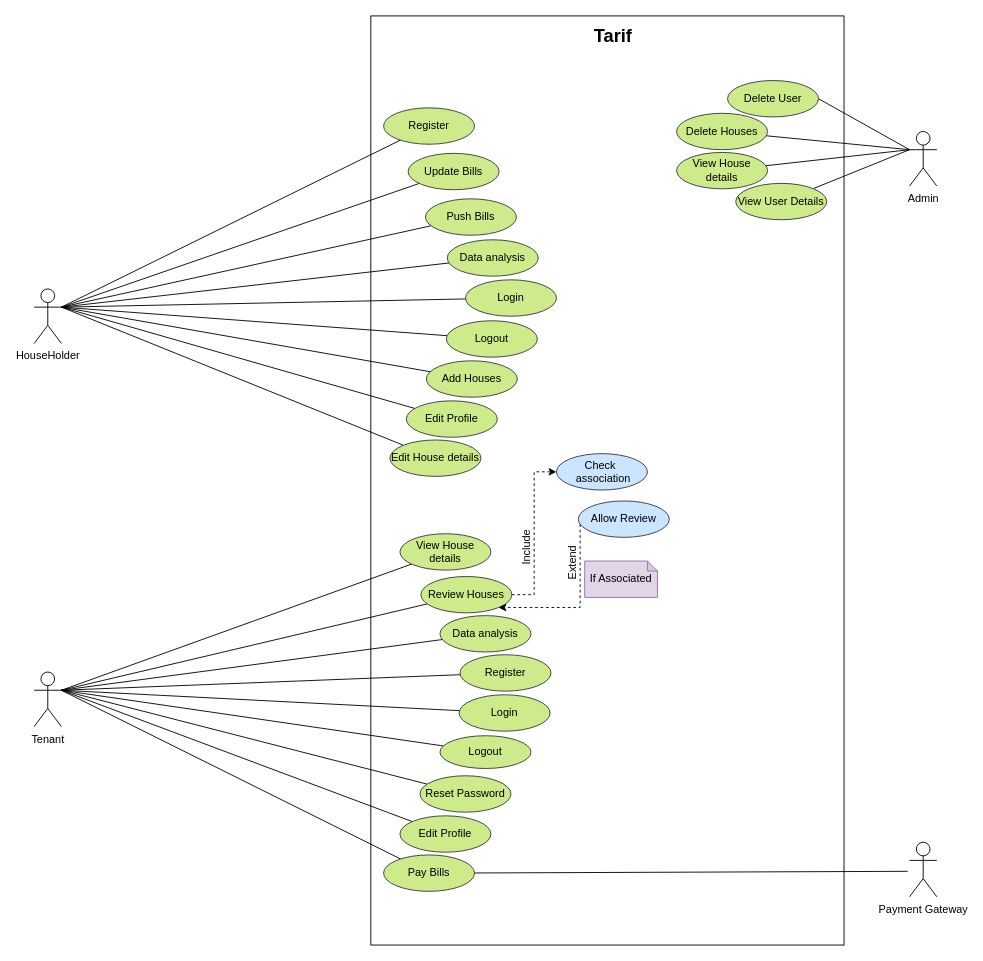
lsuyogya/House-Rent-Management keeps this draw.io diagram as FYP-Doc/useCase.drawio. Above is the earlier version. Source tidied: cells renumbered, new cells numbered last; positions are measured from the earlier drawing's top-left corner, leaving out a move shared by most shapes. Both pictures are drawn from the tidied source at 91%, with x=0, y=0 at pixel (34, 15).
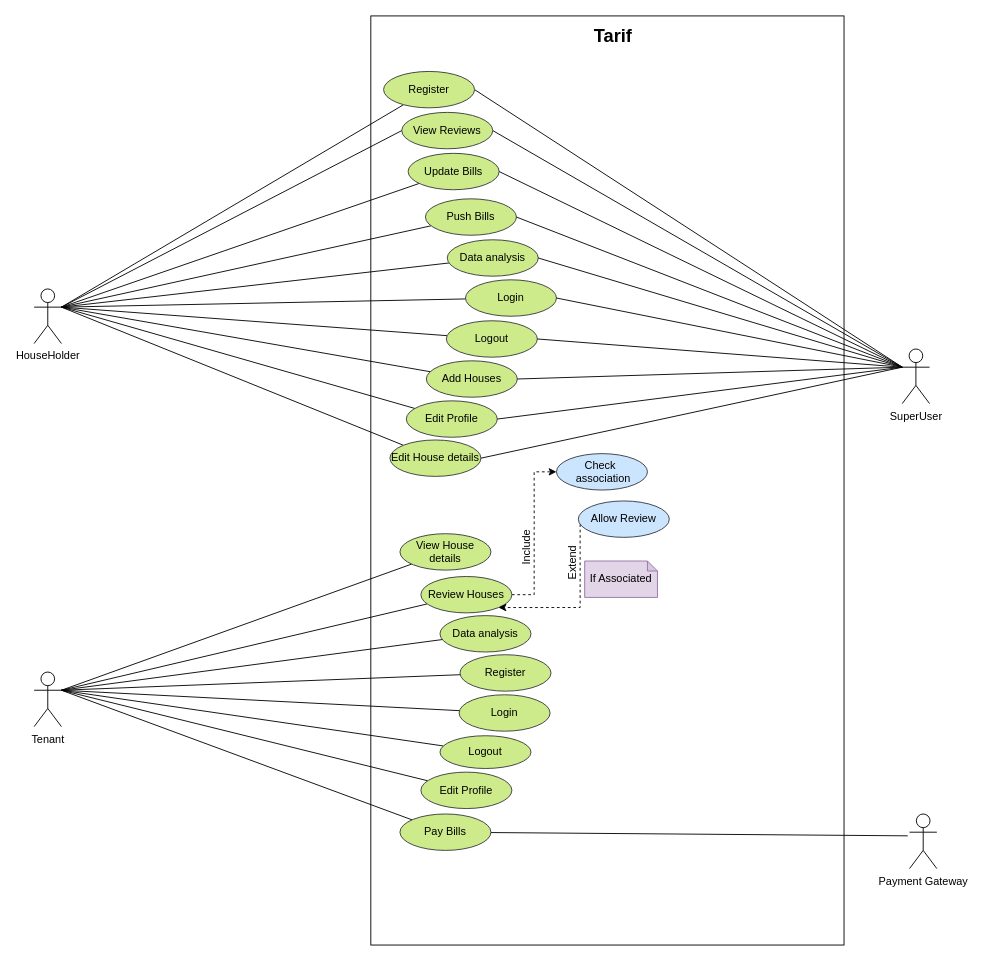
The same page after the edit.

The change refers to these unchanged cells:
```xml
<mxCell id="2" value="HouseHolder" style="shape=umlActor;verticalLabelPosition=bottom;verticalAlign=top;html=1;outlineConnect=0;" parent="1" vertex="1">
  <mxGeometry y="300" width="30" height="60" as="geometry" />
</mxCell>
<mxCell id="3" value="Tenant" style="shape=umlActor;verticalLabelPosition=bottom;verticalAlign=top;html=1;outlineConnect=0;" parent="1" vertex="1">
  <mxGeometry y="721" width="30" height="60" as="geometry" />
</mxCell>
<mxCell id="6" value="Push Bills" style="ellipse;whiteSpace=wrap;html=1;fillColor=#cdeb8b;strokeColor=#36393d;" parent="1" vertex="1">
  <mxGeometry x="430" y="201" width="100" height="40" as="geometry" />
</mxCell>
<mxCell id="8" value="Update Bills" style="ellipse;whiteSpace=wrap;html=1;fillColor=#cdeb8b;strokeColor=#36393d;" parent="1" vertex="1">
  <mxGeometry x="411" y="151" width="100" height="40" as="geometry" />
</mxCell>
<mxCell id="15" value="Data analysis" style="ellipse;whiteSpace=wrap;html=1;fillColor=#cdeb8b;strokeColor=#36393d;" parent="1" vertex="1">
  <mxGeometry x="454" y="246" width="100" height="40" as="geometry" />
</mxCell>
<mxCell id="32" value="Login" style="ellipse;whiteSpace=wrap;html=1;fillColor=#cdeb8b;strokeColor=#36393d;" parent="1" vertex="1">
  <mxGeometry x="474" y="290" width="100" height="40" as="geometry" />
</mxCell>
<mxCell id="34" value="Logout" style="ellipse;whiteSpace=wrap;html=1;fillColor=#cdeb8b;strokeColor=#36393d;" parent="1" vertex="1">
  <mxGeometry x="453" y="335" width="100" height="40" as="geometry" />
</mxCell>
<mxCell id="36" value="Add Houses" style="ellipse;whiteSpace=wrap;html=1;fillColor=#cdeb8b;strokeColor=#36393d;" parent="1" vertex="1">
  <mxGeometry x="431" y="379" width="100" height="40" as="geometry" />
</mxCell>
<mxCell id="38" value="Edit Profile" style="ellipse;whiteSpace=wrap;html=1;fillColor=#cdeb8b;strokeColor=#36393d;" parent="1" vertex="1">
  <mxGeometry x="409" y="423" width="100" height="40" as="geometry" />
</mxCell>
<mxCell id="40" value="Edit House details" style="ellipse;whiteSpace=wrap;html=1;fillColor=#cdeb8b;strokeColor=#36393d;" parent="1" vertex="1">
  <mxGeometry x="391" y="466" width="100" height="40" as="geometry" />
</mxCell>
```

The edit, as a diff of the source:
```diff
@@
-    <mxCell id="24" style="edgeStyle=none;rounded=0;jettySize=auto;html=1;entryX=1;entryY=0.5;entryDx=0;entryDy=0;endArrow=none;endFill=0;exitX=0;exitY=0.3333333333333333;exitDx=0;exitDy=0;exitPerimeter=0;" parent="1" edge="1" source="25" target="26">
+    <mxCell id="24" style="edgeStyle=none;rounded=0;jettySize=auto;html=1;entryX=1;entryY=0.5;entryDx=0;entryDy=0;endArrow=none;endFill=0;exitX=0;exitY=0.3333333333333333;exitDx=0;exitDy=0;exitPerimeter=0;" parent="1" edge="1" source="25" target="28">
       <mxGeometry relative="1" as="geometry" />
     </mxCell>
-    <mxCell id="25" value="Admin" style="shape=umlActor;verticalLabelPosition=bottom;verticalAlign=top;html=1;outlineConnect=0;" parent="1" vertex="1">
-      <mxGeometry x="962" y="127" width="30" height="60" as="geometry" />
+    <mxCell id="25" value="SuperUser" style="shape=umlActor;verticalLabelPosition=bottom;verticalAlign=top;html=1;outlineConnect=0;" parent="1" vertex="1">
+      <mxGeometry x="954" y="366" width="30" height="60" as="geometry" />
     </mxCell>
-    <mxCell id="26" value="Delete User" style="ellipse;whiteSpace=wrap;html=1;fillColor=#cdeb8b;strokeColor=#36393d;" parent="1" vertex="1">
-      <mxGeometry x="762" y="71" width="100" height="40" as="geometry" />
-    </mxCell>
@@
     <mxCell id="28" value="Register" style="ellipse;whiteSpace=wrap;html=1;fillColor=#cdeb8b;strokeColor=#36393d;" parent="1" vertex="1">
-      <mxGeometry x="384" y="101" width="100" height="40" as="geometry" />
+      <mxGeometry x="384" y="61" width="100" height="40" as="geometry" />
     </mxCell>
@@
-    <mxCell id="41" style="edgeStyle=none;rounded=0;jettySize=auto;html=1;fontSize=12;endArrow=none;endFill=0;entryX=0;entryY=0.3333333333333333;entryDx=0;entryDy=0;entryPerimeter=0;" parent="1" edge="1" source="42" target="25">
+    <mxCell id="41" style="edgeStyle=none;rounded=0;jettySize=auto;html=1;fontSize=12;endArrow=none;endFill=0;entryX=0;entryY=0.3333333333333333;entryDx=0;entryDy=0;entryPerimeter=0;exitX=1;exitY=0.5;exitDx=0;exitDy=0;" parent="1" edge="1" source="60" target="25">
       <mxGeometry relative="1" as="geometry" />
     </mxCell>
-    <mxCell id="42" value="Delete Houses" style="ellipse;whiteSpace=wrap;html=1;fillColor=#cdeb8b;strokeColor=#36393d;" parent="1" vertex="1">
-      <mxGeometry x="706" y="107" width="100" height="40" as="geometry" />
-    </mxCell>
-    <mxCell id="43" style="edgeStyle=none;rounded=0;jettySize=auto;html=1;fontSize=12;endArrow=none;endFill=0;entryX=0;entryY=0.3333333333333333;entryDx=0;entryDy=0;entryPerimeter=0;" parent="1" edge="1" source="44" target="25">
+    <mxCell id="43" style="edgeStyle=none;rounded=0;jettySize=auto;html=1;fontSize=12;endArrow=none;endFill=0;entryX=0;entryY=0.3333333333333333;entryDx=0;entryDy=0;entryPerimeter=0;exitX=1;exitY=0.5;exitDx=0;exitDy=0;" parent="1" edge="1" source="8" target="25">
       <mxGeometry relative="1" as="geometry" />
     </mxCell>
-    <mxCell id="44" value="&lt;font style=&quot;font-size: 12px&quot;&gt;View House details&lt;/font&gt;" style="ellipse;whiteSpace=wrap;html=1;fillColor=#cdeb8b;strokeColor=#36393d;" parent="1" vertex="1">
-      <mxGeometry x="706" y="150" width="100" height="40" as="geometry" />
-    </mxCell>
@@
-    <mxCell id="49" style="edgeStyle=none;rounded=0;jettySize=auto;html=1;entryX=1;entryY=0.3333333333333333;entryDx=0;entryDy=0;entryPerimeter=0;fontSize=12;endArrow=none;endFill=0;" parent="1" edge="1" source="50" target="3">
-      <mxGeometry relative="1" as="geometry" />
-    </mxCell>
-    <mxCell id="50" value="Reset Password" style="ellipse;whiteSpace=wrap;html=1;fillColor=#cdeb8b;strokeColor=#36393d;" parent="1" vertex="1">
-      <mxGeometry x="424" y="835" width="100" height="40" as="geometry" />
-    </mxCell>
@@
     <mxCell id="52" value="Edit Profile" style="ellipse;whiteSpace=wrap;html=1;fillColor=#cdeb8b;strokeColor=#36393d;" parent="1" vertex="1">
-      <mxGeometry x="402" y="879" width="100" height="40" as="geometry" />
+      <mxGeometry x="425" y="831" width="100" height="40" as="geometry" />
     </mxCell>
@@
     <mxCell id="54" style="rounded=0;jettySize=auto;html=1;endArrow=none;endFill=0;" parent="1" edge="1" source="55">
       <mxGeometry relative="1" as="geometry">
-        <mxPoint x="960" y="940" as="targetPoint" />
+        <mxPoint x="960" y="901" as="targetPoint" />
       </mxGeometry>
     </mxCell>
     <mxCell id="55" value="Pay Bills" style="ellipse;whiteSpace=wrap;html=1;fillColor=#cdeb8b;strokeColor=#36393d;" parent="1" vertex="1">
-      <mxGeometry x="384" y="922" width="100" height="40" as="geometry" />
+      <mxGeometry x="402" y="877" width="100" height="40" as="geometry" />
     </mxCell>
@@
     <mxCell id="57" value="Payment Gateway" style="shape=umlActor;verticalLabelPosition=bottom;verticalAlign=top;html=1;" parent="1" vertex="1">
-      <mxGeometry x="962" y="908" width="30" height="60" as="geometry" />
+      <mxGeometry x="962" y="877" width="30" height="60" as="geometry" />
     </mxCell>
-    <mxCell id="58" style="edgeStyle=none;rounded=0;jettySize=auto;html=1;endArrow=none;endFill=0;entryX=0;entryY=0.3333333333333333;entryDx=0;entryDy=0;entryPerimeter=0;" parent="1" edge="1" source="59" target="25">
+    <mxCell id="58" style="edgeStyle=none;rounded=0;jettySize=auto;html=1;endArrow=none;endFill=0;entryX=0;entryY=0.3333333333333333;entryDx=0;entryDy=0;entryPerimeter=0;exitX=1;exitY=0.5;exitDx=0;exitDy=0;" parent="1" edge="1" source="6" target="25">
       <mxGeometry relative="1" as="geometry" />
     </mxCell>
-    <mxCell id="59" value="View User Details" style="ellipse;whiteSpace=wrap;html=1;fillColor=#cdeb8b;strokeColor=#36393d;" parent="1" vertex="1">
-      <mxGeometry x="771" y="184" width="100" height="40" as="geometry" />
-    </mxCell>
+    <mxCell id="60" value="View Reviews" style="ellipse;whiteSpace=wrap;html=1;fillColor=#cdeb8b;strokeColor=#36393d;" parent="1" vertex="1">
+      <mxGeometry x="404" y="106" width="100" height="40" as="geometry" />
+    </mxCell>
+    <mxCell id="61" style="rounded=0;jettySize=auto;html=1;endArrow=none;endFill=0;entryX=1;entryY=0.3333333333333333;entryDx=0;entryDy=0;entryPerimeter=0;exitX=0;exitY=0.5;exitDx=0;exitDy=0;" parent="1" edge="1" source="60" target="2">
+      <mxGeometry relative="1" as="geometry" />
+    </mxCell>
+    <mxCell id="62" style="edgeStyle=none;rounded=0;jettySize=auto;html=1;endArrow=none;endFill=0;exitX=1;exitY=0.5;exitDx=0;exitDy=0;entryX=0;entryY=0.3333333333333333;entryDx=0;entryDy=0;entryPerimeter=0;" parent="1" edge="1" source="15" target="25">
+      <mxGeometry relative="1" as="geometry" />
+    </mxCell>
+    <mxCell id="63" style="edgeStyle=none;rounded=0;jettySize=auto;html=1;endArrow=none;endFill=0;exitX=1;exitY=0.5;exitDx=0;exitDy=0;entryX=0;entryY=0.3333333333333333;entryDx=0;entryDy=0;entryPerimeter=0;" parent="1" edge="1" source="32" target="25">
+      <mxGeometry relative="1" as="geometry" />
+    </mxCell>
+    <mxCell id="64" style="edgeStyle=none;rounded=0;jettySize=auto;html=1;endArrow=none;endFill=0;exitX=1;exitY=0.5;exitDx=0;exitDy=0;entryX=0;entryY=0.3333333333333333;entryDx=0;entryDy=0;entryPerimeter=0;" parent="1" edge="1" source="34" target="25">
+      <mxGeometry relative="1" as="geometry" />
+    </mxCell>
+    <mxCell id="65" style="edgeStyle=none;rounded=0;jettySize=auto;html=1;endArrow=none;endFill=0;exitX=1;exitY=0.5;exitDx=0;exitDy=0;entryX=0;entryY=0.3333333333333333;entryDx=0;entryDy=0;entryPerimeter=0;" parent="1" edge="1" source="36" target="25">
+      <mxGeometry relative="1" as="geometry" />
+    </mxCell>
+    <mxCell id="66" style="edgeStyle=none;rounded=0;jettySize=auto;html=1;endArrow=none;endFill=0;exitX=1;exitY=0.5;exitDx=0;exitDy=0;entryX=0;entryY=0.3333333333333333;entryDx=0;entryDy=0;entryPerimeter=0;" parent="1" edge="1" source="38" target="25">
+      <mxGeometry relative="1" as="geometry" />
+    </mxCell>
+    <mxCell id="67" style="edgeStyle=none;rounded=0;jettySize=auto;html=1;endArrow=none;endFill=0;exitX=1;exitY=0.5;exitDx=0;exitDy=0;entryX=0;entryY=0.3333333333333333;entryDx=0;entryDy=0;entryPerimeter=0;" parent="1" edge="1" source="40" target="25">
+      <mxGeometry relative="1" as="geometry" />
+    </mxCell>
```
